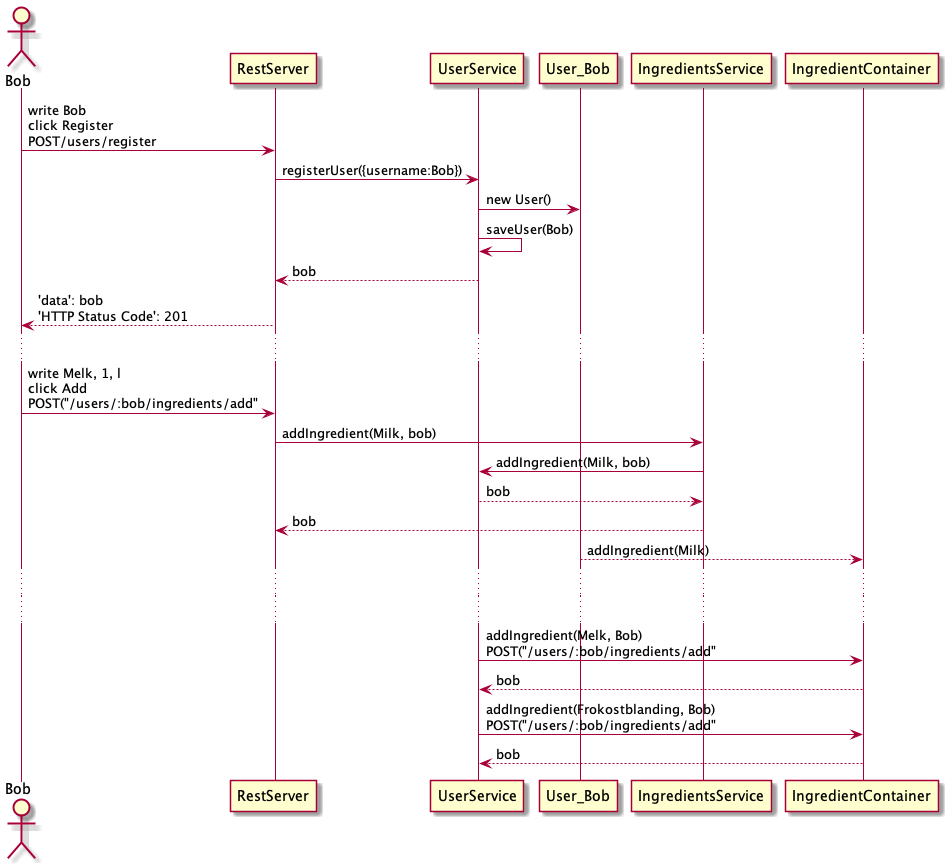
Above: documentation/diagrams/sequence_diagram.png in joonerik/dinnerium (PlantUML), before the change. Its diagram source:
```plantuml
@startuml sequence_diagram
actor Bob
Bob -> RestServer: write Bob\nclick Register\nPOST/users/register
RestServer -> UserService: registerUser({username:Bob})
UserService -> User_Bob: new User()
UserService -> UserService: saveUser(Bob)
UserService --> RestServer: bob
& RestServer --> Bob: 'data': bob\n'HTTP Status Code': 201
...
Bob -> RestServer: write Melk, 1, l\nclick Add\nPOST("/users/:bob/ingredients/add"
RestServer -> IngredientsService: addIngredient(Milk, bob)
IngredientsService -> UserService: addIngredient(Milk, bob)
UserService --> IngredientsService: bob
& IngredientsService --> RestServer: bob
User_Bob --> IngredientContainer: addIngredient(Milk)

...
...
UserService -> IngredientContainer: addIngredient(Melk, Bob)\nPOST("/users/:bob/ingredients/add"
IngredientContainer --> UserService: bob
UserService -> IngredientContainer: addIngredient(Frokostblanding, Bob)\nPOST("/users/:bob/ingredients/add"
IngredientContainer --> UserService: bob
@enduml
```
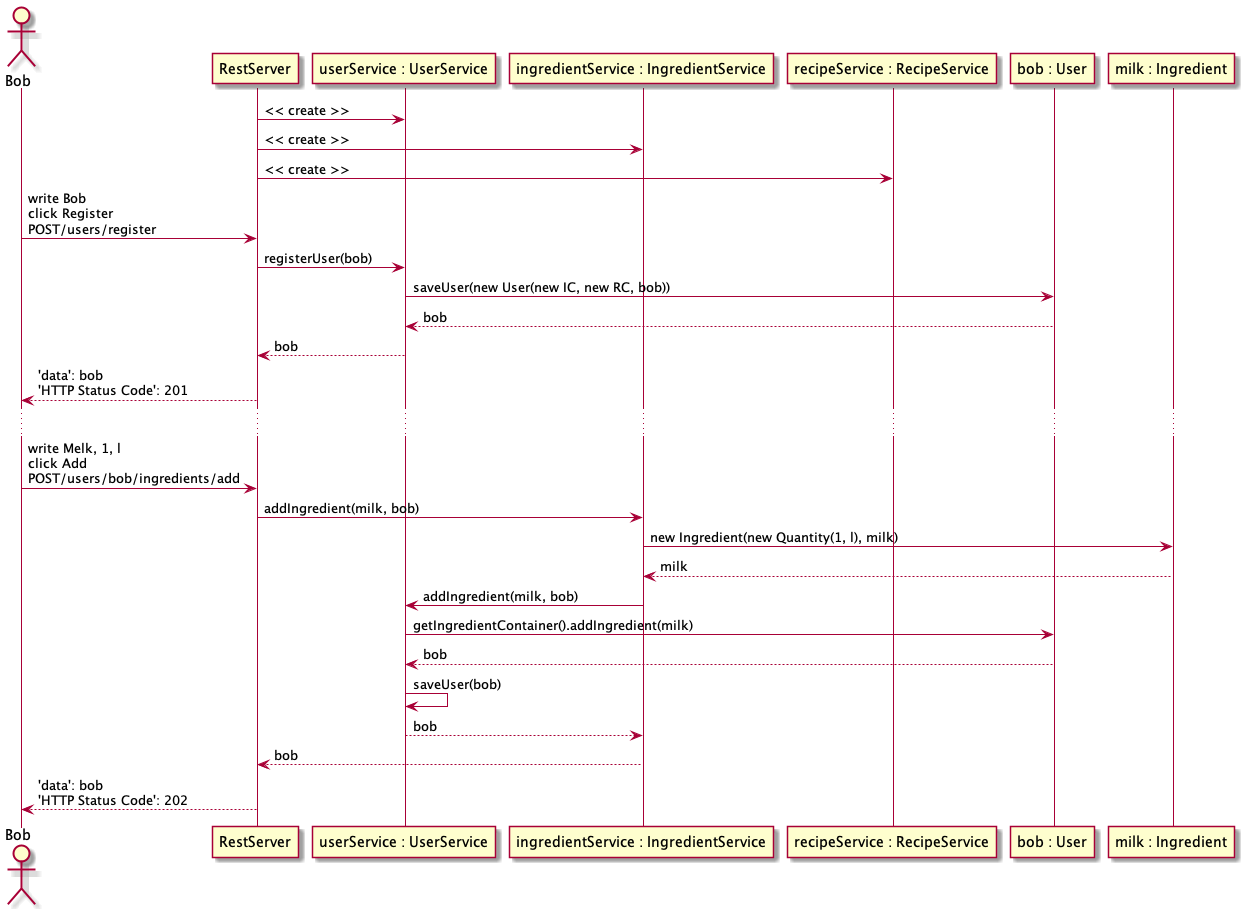
The same diagram one commit later.

Commit message:
change to the new sequence diagram, and small rework to package diagram

What changed in the source:
```diff
@@ -1,23 +1,24 @@
 @startuml sequence_diagram
 actor Bob
+RestServer -> "userService : UserService": << create >>
+RestServer -> "ingredientService : IngredientService": << create >>
+RestServer -> "recipeService : RecipeService": << create >>
 Bob -> RestServer: write Bob\nclick Register\nPOST/users/register
-RestServer -> UserService: registerUser({username:Bob})
-UserService -> User_Bob: new User()
-UserService -> UserService: saveUser(Bob)
-UserService --> RestServer: bob
-& RestServer --> Bob: 'data': bob\n'HTTP Status Code': 201
+RestServer -> "userService : UserService": registerUser(bob)
+"userService : UserService" -> "bob : User": saveUser(new User(new IC, new RC, bob))
+"bob : User" --> "userService : UserService": bob
+"userService : UserService" --> RestServer: bob
+RestServer --> Bob: 'data': bob\n'HTTP Status Code': 201
 ...
-Bob -> RestServer: write Melk, 1, l\nclick Add\nPOST("/users/:bob/ingredients/add"
-RestServer -> IngredientsService: addIngredient(Milk, bob)
-IngredientsService -> UserService: addIngredient(Milk, bob)
-UserService --> IngredientsService: bob
-& IngredientsService --> RestServer: bob
-User_Bob --> IngredientContainer: addIngredient(Milk)
-
-...
-...
-UserService -> IngredientContainer: addIngredient(Melk, Bob)\nPOST("/users/:bob/ingredients/add"
-IngredientContainer --> UserService: bob
-UserService -> IngredientContainer: addIngredient(Frokostblanding, Bob)\nPOST("/users/:bob/ingredients/add"
-IngredientContainer --> UserService: bob
+Bob -> RestServer: write Melk, 1, l\nclick Add\nPOST/users/bob/ingredients/add
+RestServer -> "ingredientService : IngredientService": addIngredient(milk, bob)
+"ingredientService : IngredientService" -> "milk : Ingredient": new Ingredient(new Quantity(1, l), milk)
+"milk : Ingredient" --> "ingredientService : IngredientService": milk
+"ingredientService : IngredientService" -> "userService : UserService": addIngredient(milk, bob)
+"userService : UserService" -> "bob : User": getIngredientContainer().addIngredient(milk)
+"bob : User" --> "userService : UserService": bob
+"userService : UserService" -> "userService : UserService": saveUser(bob)
+"ingredientService : IngredientService" <-- "userService : UserService": bob
+"ingredientService : IngredientService" --> RestServer: bob
+RestServer --> Bob: 'data': bob\n'HTTP Status Code': 202
 @enduml
```
